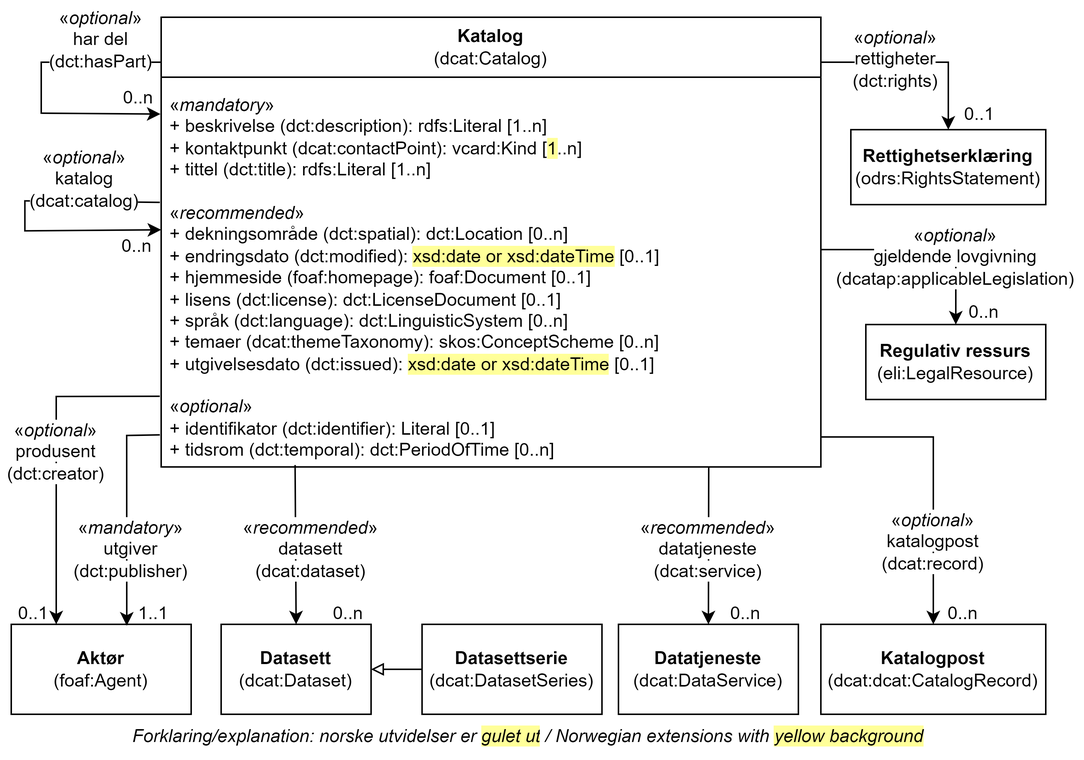
Earlier version of the draw.io export docs/images/Klassen-Katalog.png (Informasjonsforvaltning/dcat-ap-no). Source tidied: cells renumbered, new cells last; positions are measured from the earlier drawing's top-left corner, leaving out a move shared by most shapes.
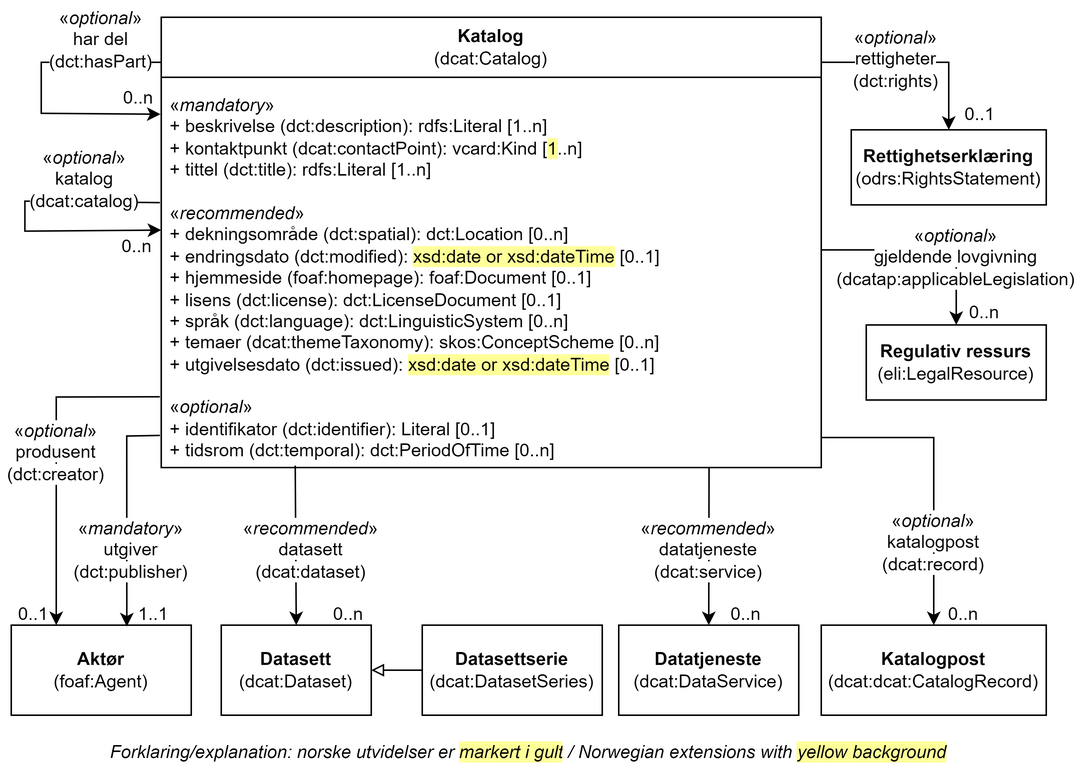
The same diagram one commit later.

The edit, as a diff of the source:
```diff
@@ -113,9 +113,6 @@
     <mxCell id="29" value="&lt;span style=&quot;background-color: rgb(255, 255, 255);&quot;&gt;«&lt;i&gt;mandatory&lt;/i&gt;»&lt;br&gt;utgiver&lt;br&gt;(dct:publisher)&lt;/span&gt;" style="text;html=1;strokeColor=none;fillColor=none;align=center;verticalAlign=middle;whiteSpace=wrap;rounded=0;" parent="1" vertex="1">
       <mxGeometry x="30" y="340" width="100" height="30" as="geometry" />
     </mxCell>
-    <mxCell id="30" value="Forklaring/explanation: norske utvidelser er&amp;nbsp;&lt;span style=&quot;background-color: rgb(255, 255, 153);&quot;&gt;gulet ut&lt;/span&gt;&lt;span style=&quot;background-color: rgb(255 , 255 , 255)&quot;&gt;&amp;nbsp;/&amp;nbsp;Norwegian extensions with &lt;/span&gt;&lt;span style=&quot;background-color: rgb(255, 255, 153);&quot;&gt;yellow background&lt;/span&gt;" style="text;html=1;strokeColor=none;fillColor=none;align=center;verticalAlign=middle;whiteSpace=wrap;rounded=0;fontStyle=2;" parent="1" vertex="1">
-      <mxGeometry y="470" width="690" height="20" as="geometry" />
-    </mxCell>
     <mxCell id="31" style="endArrow=block;html=1;rounded=0;exitX=0;exitY=0.5;exitDx=0;exitDy=0;entryX=1;entryY=0.5;entryDx=0;entryDy=0;endFill=0;" parent="1" edge="1" source="8" target="7">
       <mxGeometry relative="1" as="geometry" />
     </mxCell>
@@ -154,5 +151,8 @@
     <mxCell id="39" value="0..1" style="text;html=1;strokeColor=none;fillColor=none;align=center;verticalAlign=middle;whiteSpace=wrap;rounded=0;" parent="1" vertex="1">
       <mxGeometry x="632" y="55" width="28" height="20" as="geometry" />
     </mxCell>
+    <mxCell id="40" value="Forklaring/explanation: norske utvidelser er&amp;nbsp;&lt;span style=&quot;background-color: rgb(255, 255, 153);&quot;&gt;markert i gult&lt;/span&gt;&lt;span style=&quot;background-color: rgb(255 , 255 , 255)&quot;&gt;&amp;nbsp;/&amp;nbsp;Norwegian extensions with &lt;/span&gt;&lt;span style=&quot;background-color: rgb(255, 255, 153);&quot;&gt;yellow background&lt;/span&gt;" style="text;html=1;strokeColor=none;fillColor=none;align=center;verticalAlign=middle;whiteSpace=wrap;rounded=0;fontStyle=2;" parent="1" vertex="1">
+      <mxGeometry y="480" width="690" height="20" as="geometry" />
+    </mxCell>
   </root>
 </mxGraphModel>
```
